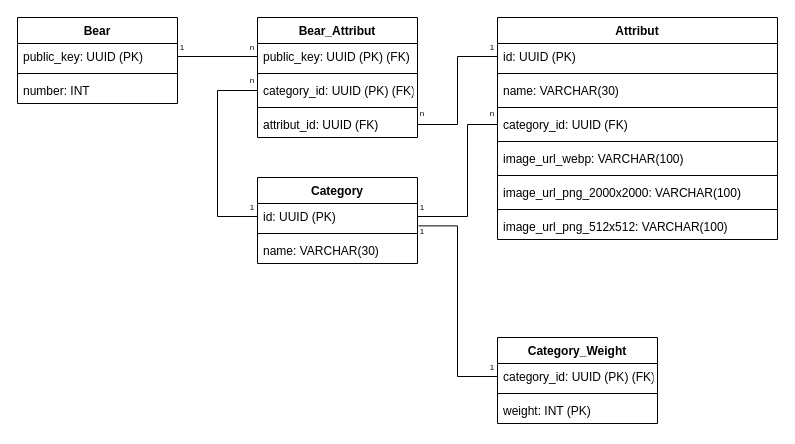
The draw.io diagram page "Page-1" (1 of 2) of resources/database/uml_er_diagram.drawio in okbcommunity/dressing-room-backend, before the edit. Source tidied: cells renumbered, new cells numbered last; positions are measured from the earlier drawing's top-left corner, leaving out a move shared by most shapes. Both pictures are drawn from the tidied source at 100%, with x=0, y=0 at pixel (17, 17).
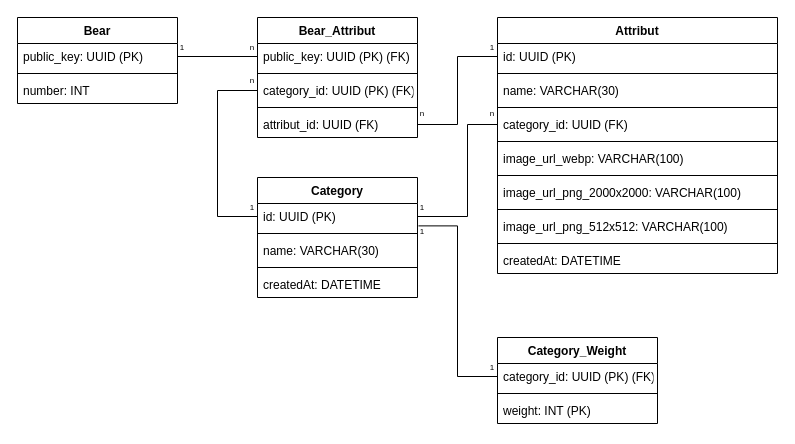
After the change.

The edit, as a diff of the source:
```diff
@@
     <mxCell id="6" value="Attribut" style="swimlane;fontStyle=1;align=center;verticalAlign=top;horizontal=1;startSize=26;" parent="1" vertex="1">
-      <mxGeometry x="480" width="280" height="222" as="geometry" />
+      <mxGeometry x="480" width="280" height="256" as="geometry" />
     </mxCell>
@@
+    <mxCell id="47" style="line;strokeWidth=1;fillColor=none;align=left;verticalAlign=middle;spacingTop=-1;spacingLeft=3;spacingRight=3;labelPosition=right;strokeColor=inherit;" parent="6" vertex="1">
+      <mxGeometry y="222" width="280" height="8" as="geometry" />
+    </mxCell>
+    <mxCell id="48" value="createdAt: DATETIME" style="text;strokeColor=none;fillColor=none;align=left;verticalAlign=top;spacingLeft=4;spacingRight=4;overflow=hidden;" parent="6" vertex="1">
+      <mxGeometry y="230" width="280" height="26" as="geometry" />
+    </mxCell>
     <mxCell id="18" value="Category" style="swimlane;fontStyle=1;align=center;verticalAlign=top;horizontal=1;startSize=26;" parent="1" vertex="1">
-      <mxGeometry x="240" y="160" width="160" height="86" as="geometry" />
+      <mxGeometry x="240" y="160" width="160" height="120" as="geometry" />
     </mxCell>
@@
+    <mxCell id="49" style="line;strokeWidth=1;fillColor=none;align=left;verticalAlign=middle;spacingTop=-1;spacingLeft=3;spacingRight=3;labelPosition=right;strokeColor=inherit;" parent="18" vertex="1">
+      <mxGeometry y="86" width="160" height="8" as="geometry" />
+    </mxCell>
+    <mxCell id="50" value="createdAt: DATETIME" style="text;strokeColor=none;fillColor=none;align=left;verticalAlign=top;spacingLeft=4;spacingRight=4;overflow=hidden;" parent="18" vertex="1">
+      <mxGeometry y="94" width="160" height="26" as="geometry" />
+    </mxCell>
```
